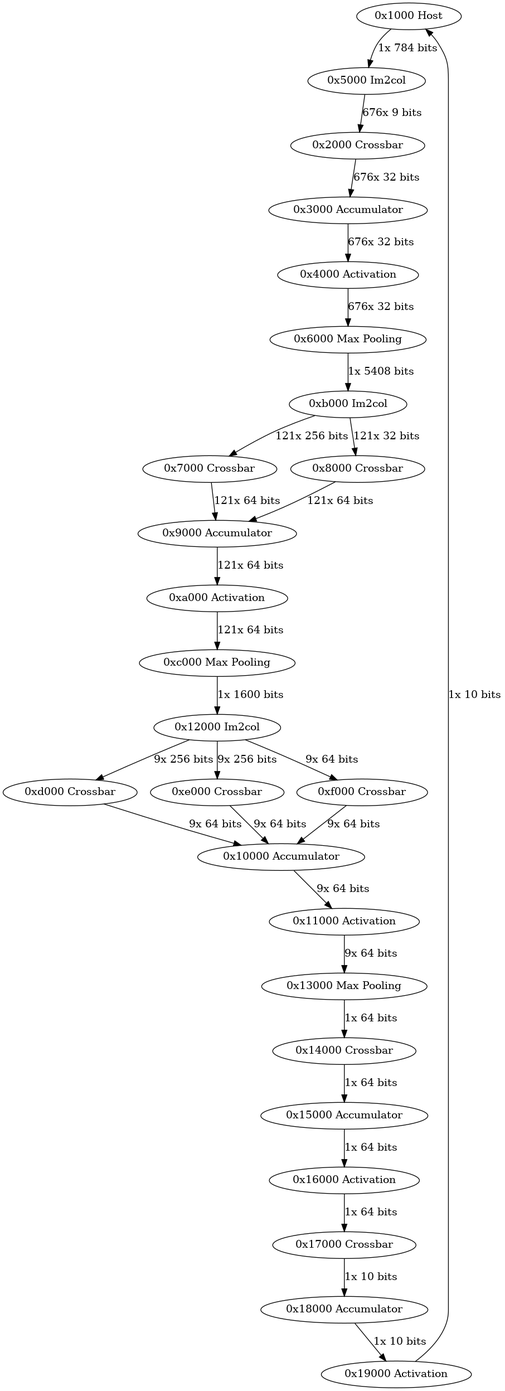
Zz-sev-point/IC_SIM keeps this Graphviz diagram as network.png. Above is the earlier version. Its source is kept beside it as network.dot.
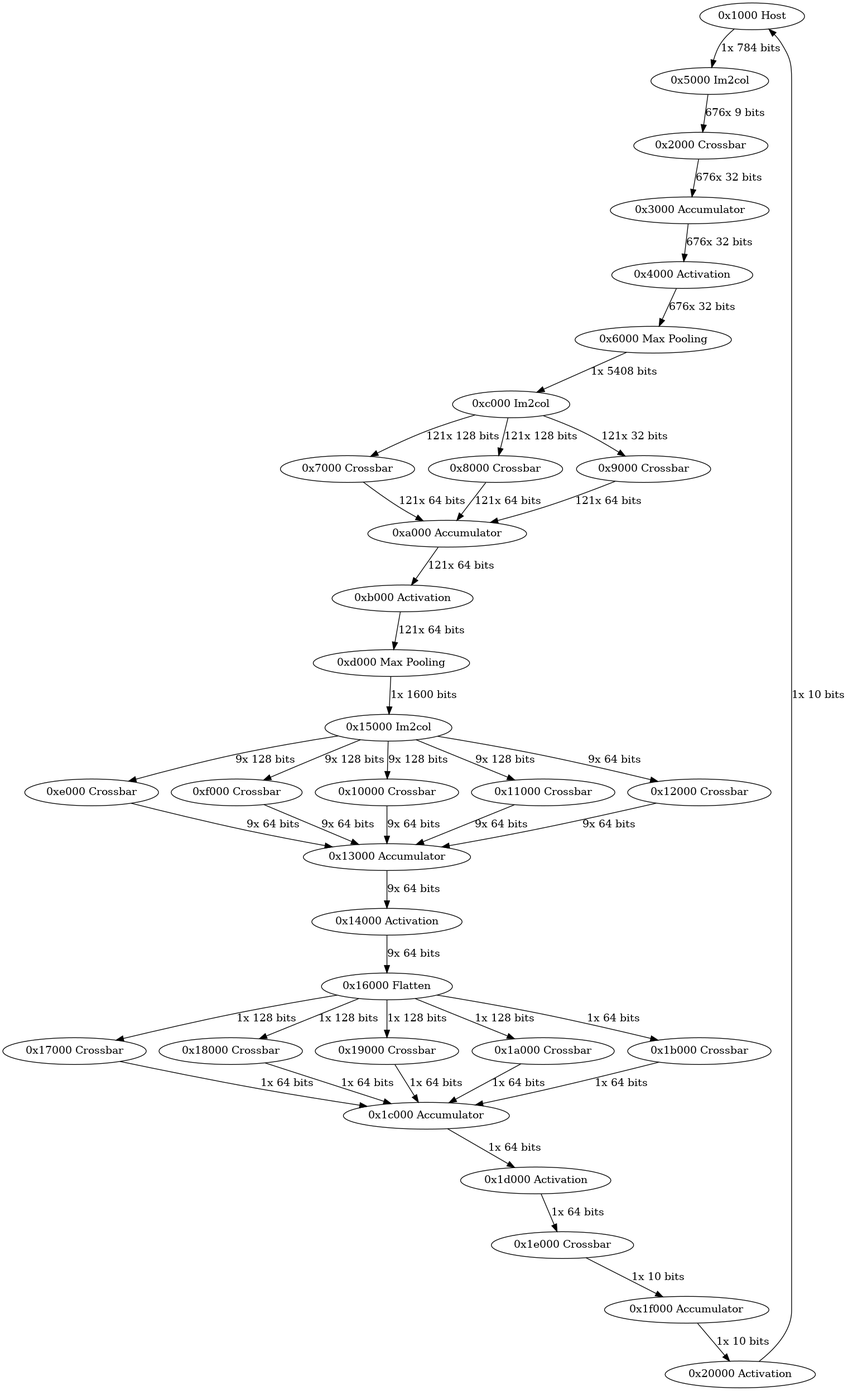
The same diagram one commit later.

Commit message:
add flatten layer

Diff of the diagram source:
```diff
@@ -4,27 +4,41 @@
   "0x2000 Crossbar" -> "0x3000 Accumulator" [label="676x 32 bits"];
   "0x3000 Accumulator" -> "0x4000 Activation" [label="676x 32 bits"];
   "0x4000 Activation" -> "0x6000 Max Pooling" [label="676x 32 bits"];
-  "0x6000 Max Pooling" -> "0xb000 Im2col" [label="1x 5408 bits"];
-  "0xb000 Im2col" -> "0x7000 Crossbar" [label="121x 256 bits"];
-  "0xb000 Im2col" -> "0x8000 Crossbar" [label="121x 32 bits"];
-  "0x7000 Crossbar" -> "0x9000 Accumulator" [label="121x 64 bits"];
-  "0x8000 Crossbar" -> "0x9000 Accumulator" [label="121x 64 bits"];
-  "0x9000 Accumulator" -> "0xa000 Activation" [label="121x 64 bits"];
-  "0xa000 Activation" -> "0xc000 Max Pooling" [label="121x 64 bits"];
-  "0xc000 Max Pooling" -> "0x12000 Im2col" [label="1x 1600 bits"];
-  "0x12000 Im2col" -> "0xd000 Crossbar" [label="9x 256 bits"];
-  "0x12000 Im2col" -> "0xe000 Crossbar" [label="9x 256 bits"];
-  "0x12000 Im2col" -> "0xf000 Crossbar" [label="9x 64 bits"];
-  "0xd000 Crossbar" -> "0x10000 Accumulator" [label="9x 64 bits"];
-  "0xe000 Crossbar" -> "0x10000 Accumulator" [label="9x 64 bits"];
-  "0xf000 Crossbar" -> "0x10000 Accumulator" [label="9x 64 bits"];
-  "0x10000 Accumulator" -> "0x11000 Activation" [label="9x 64 bits"];
-  "0x11000 Activation" -> "0x13000 Max Pooling" [label="9x 64 bits"];
-  "0x13000 Max Pooling" -> "0x14000 Crossbar" [label="1x 64 bits"];
-  "0x14000 Crossbar" -> "0x15000 Accumulator" [label="1x 64 bits"];
-  "0x15000 Accumulator" -> "0x16000 Activation" [label="1x 64 bits"];
-  "0x16000 Activation" -> "0x17000 Crossbar" [label="1x 64 bits"];
-  "0x17000 Crossbar" -> "0x18000 Accumulator" [label="1x 10 bits"];
-  "0x18000 Accumulator" -> "0x19000 Activation" [label="1x 10 bits"];
-  "0x19000 Activation" -> "0x1000 Host" [label="1x 10 bits"];
+  "0x6000 Max Pooling" -> "0xc000 Im2col" [label="1x 5408 bits"];
+  "0xc000 Im2col" -> "0x7000 Crossbar" [label="121x 128 bits"];
+  "0xc000 Im2col" -> "0x8000 Crossbar" [label="121x 128 bits"];
+  "0xc000 Im2col" -> "0x9000 Crossbar" [label="121x 32 bits"];
+  "0x7000 Crossbar" -> "0xa000 Accumulator" [label="121x 64 bits"];
+  "0x8000 Crossbar" -> "0xa000 Accumulator" [label="121x 64 bits"];
+  "0x9000 Crossbar" -> "0xa000 Accumulator" [label="121x 64 bits"];
+  "0xa000 Accumulator" -> "0xb000 Activation" [label="121x 64 bits"];
+  "0xb000 Activation" -> "0xd000 Max Pooling" [label="121x 64 bits"];
+  "0xd000 Max Pooling" -> "0x15000 Im2col" [label="1x 1600 bits"];
+  "0x15000 Im2col" -> "0xe000 Crossbar" [label="9x 128 bits"];
+  "0x15000 Im2col" -> "0xf000 Crossbar" [label="9x 128 bits"];
+  "0x15000 Im2col" -> "0x10000 Crossbar" [label="9x 128 bits"];
+  "0x15000 Im2col" -> "0x11000 Crossbar" [label="9x 128 bits"];
+  "0x15000 Im2col" -> "0x12000 Crossbar" [label="9x 64 bits"];
+  "0xe000 Crossbar" -> "0x13000 Accumulator" [label="9x 64 bits"];
+  "0xf000 Crossbar" -> "0x13000 Accumulator" [label="9x 64 bits"];
+  "0x10000 Crossbar" -> "0x13000 Accumulator" [label="9x 64 bits"];
+  "0x11000 Crossbar" -> "0x13000 Accumulator" [label="9x 64 bits"];
+  "0x12000 Crossbar" -> "0x13000 Accumulator" [label="9x 64 bits"];
+  "0x13000 Accumulator" -> "0x14000 Activation" [label="9x 64 bits"];
+  "0x14000 Activation" -> "0x16000 Flatten" [label="9x 64 bits"];
+  "0x16000 Flatten" -> "0x17000 Crossbar" [label="1x 128 bits"];
+  "0x16000 Flatten" -> "0x18000 Crossbar" [label="1x 128 bits"];
+  "0x16000 Flatten" -> "0x19000 Crossbar" [label="1x 128 bits"];
+  "0x16000 Flatten" -> "0x1a000 Crossbar" [label="1x 128 bits"];
+  "0x16000 Flatten" -> "0x1b000 Crossbar" [label="1x 64 bits"];
+  "0x17000 Crossbar" -> "0x1c000 Accumulator" [label="1x 64 bits"];
+  "0x18000 Crossbar" -> "0x1c000 Accumulator" [label="1x 64 bits"];
+  "0x19000 Crossbar" -> "0x1c000 Accumulator" [label="1x 64 bits"];
+  "0x1a000 Crossbar" -> "0x1c000 Accumulator" [label="1x 64 bits"];
+  "0x1b000 Crossbar" -> "0x1c000 Accumulator" [label="1x 64 bits"];
+  "0x1c000 Accumulator" -> "0x1d000 Activation" [label="1x 64 bits"];
+  "0x1d000 Activation" -> "0x1e000 Crossbar" [label="1x 64 bits"];
+  "0x1e000 Crossbar" -> "0x1f000 Accumulator" [label="1x 10 bits"];
+  "0x1f000 Accumulator" -> "0x20000 Activation" [label="1x 10 bits"];
+  "0x20000 Activation" -> "0x1000 Host" [label="1x 10 bits"];
 }
```
